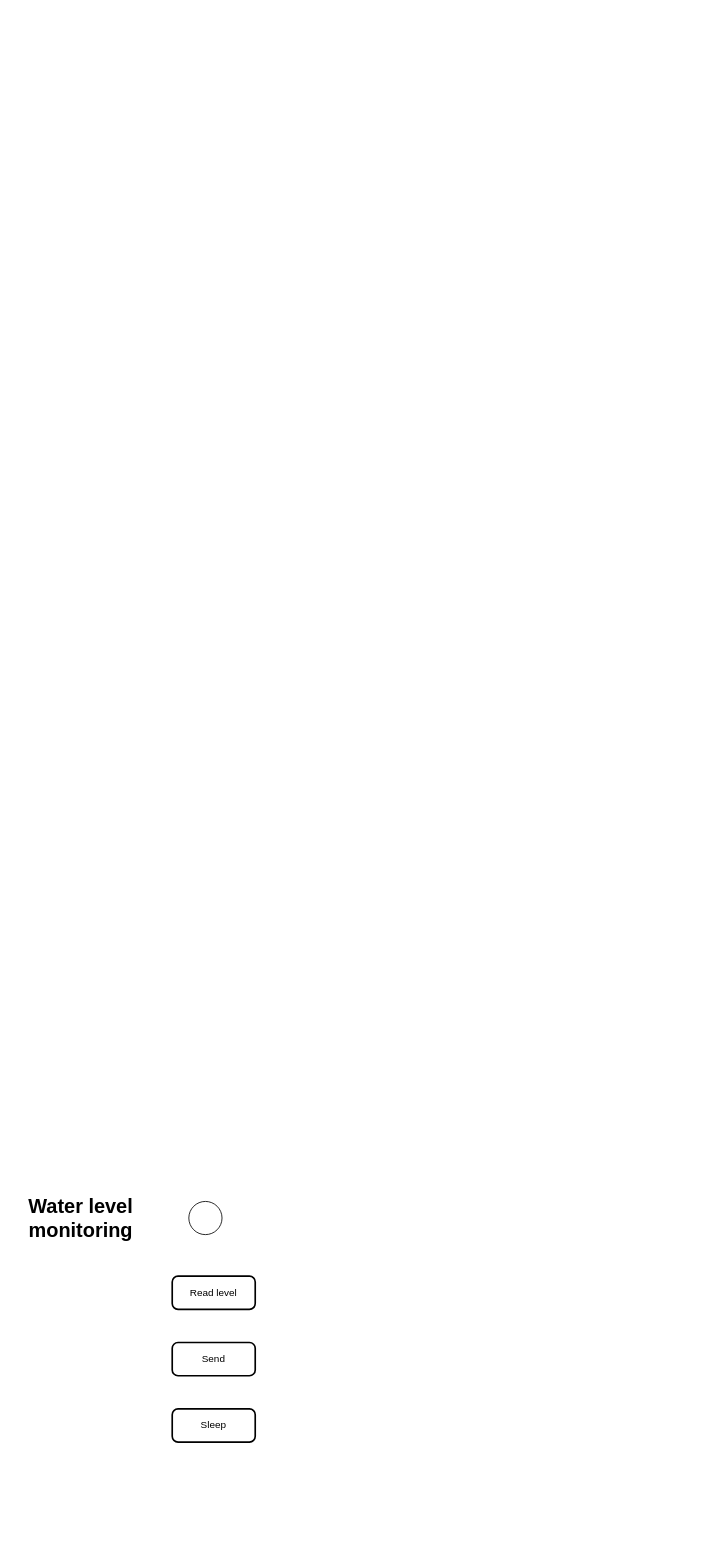
Above: notes/WaterPumpMaintenance.drawio in aniruddhand/ciot-capstone (draw.io), before the change. Source tidied: cells renumbered, new cells numbered last; positions are measured from the earlier drawing's top-left corner, leaving out a move shared by most shapes. Both pictures are drawn from the tidied source at 83%, with x=0, y=0 at pixel (14, 1201).
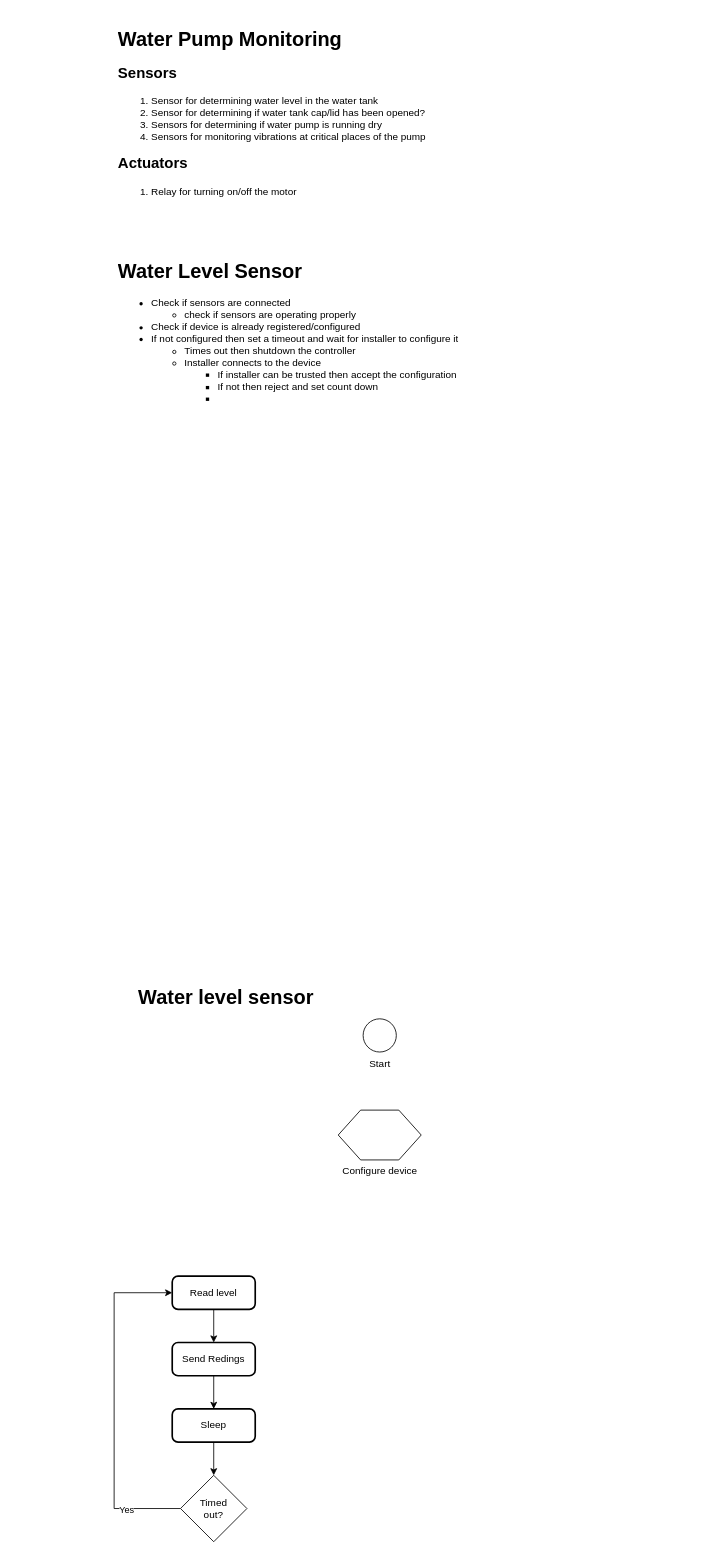
Above is the later version.

Change to the diagram source:
```diff
@@
 <mxGraphModel>
   <root>
     <mxCell id="0" />
     <mxCell id="1" parent="0" />
-    <mxCell id="2" style="verticalLabelPosition=bottom;verticalAlign=top;html=1;shape=mxgraph.flowchart.on-page_reference;" parent="1" vertex="1">
-      <mxGeometry x="210" width="40" height="40" as="geometry" />
-    </mxCell>
-    <mxCell id="3" value="&lt;h1&gt;Water level monitoring&lt;/h1&gt;" style="text;html=1;strokeColor=none;fillColor=none;align=center;verticalAlign=middle;whiteSpace=wrap;rounded=0;" parent="1" vertex="1">
-      <mxGeometry y="5" width="160" height="30" as="geometry" />
-    </mxCell>
+    <mxCell id="7" value="&lt;h1&gt;Water Pump Monitoring&lt;/h1&gt;&lt;div&gt;&lt;h2&gt;Sensors&lt;br&gt;&lt;/h2&gt;&lt;div&gt;&lt;ol&gt;&lt;li&gt;Sensor for determining water level in the water tank&lt;/li&gt;&lt;li&gt;Sensor for determining if water tank cap/lid has been opened?&lt;/li&gt;&lt;li&gt;Sensors for determining if water pump is running dry&lt;/li&gt;&lt;li&gt;Sensors for monitoring vibrations at critical places of the pump&lt;/li&gt;&lt;/ol&gt;&lt;div&gt;&lt;h2&gt;Actuators&lt;br&gt;&lt;/h2&gt;&lt;div&gt;&lt;ol&gt;&lt;li&gt;Relay for turning on/off the motor&lt;/li&gt;&lt;/ol&gt;&lt;/div&gt;&lt;/div&gt;&lt;/div&gt;&lt;/div&gt;" style="text;html=1;spacing=5;spacingTop=-20;whiteSpace=wrap;overflow=hidden;rounded=0;" parent="1" vertex="1">
+      <mxGeometry x="120" y="-1420" width="530" height="230" as="geometry" />
+    </mxCell>
+    <mxCell id="8" value="Start" style="verticalLabelPosition=bottom;verticalAlign=top;html=1;shape=mxgraph.flowchart.on-page_reference;" parent="1" vertex="1">
+      <mxGeometry x="420" y="-220" width="40" height="40" as="geometry" />
+    </mxCell>
+    <mxCell id="9" value="&lt;h1&gt;Water level sensor&lt;/h1&gt;" style="text;html=1;strokeColor=none;fillColor=none;align=center;verticalAlign=middle;whiteSpace=wrap;rounded=0;" parent="1" vertex="1">
+      <mxGeometry x="120" y="-260" width="270" height="30" as="geometry" />
+    </mxCell>
+    <mxCell id="10" style="edgeStyle=orthogonalEdgeStyle;rounded=0;jettySize=auto;html=1;exitX=0.5;exitY=1;exitDx=0;exitDy=0;entryX=0.5;entryY=0;entryDx=0;entryDy=0;" parent="1" edge="1" source="4" target="12">
+      <mxGeometry relative="1" as="geometry" />
+    </mxCell>
     <mxCell id="4" value="Read level" style="rounded=1;whiteSpace=wrap;html=1;absoluteArcSize=1;arcSize=14;strokeWidth=2;" parent="1" vertex="1">
       <mxGeometry x="190" y="90" width="100" height="40" as="geometry" />
     </mxCell>
-    <mxCell id="5" value="Send" style="rounded=1;whiteSpace=wrap;html=1;absoluteArcSize=1;arcSize=14;strokeWidth=2;" parent="1" vertex="1">
-      <mxGeometry x="190" y="170" width="100" height="40" as="geometry" />
-    </mxCell>
+    <mxCell id="11" style="edgeStyle=orthogonalEdgeStyle;rounded=0;jettySize=auto;html=1;" parent="1" edge="1" source="12" target="6">
+      <mxGeometry relative="1" as="geometry" />
+    </mxCell>
+    <mxCell id="12" value="Send Redings" style="rounded=1;whiteSpace=wrap;html=1;absoluteArcSize=1;arcSize=14;strokeWidth=2;" parent="1" vertex="1">
+      <mxGeometry x="190" y="170" width="100" height="40" as="geometry" />
+    </mxCell>
+    <mxCell id="13" style="edgeStyle=orthogonalEdgeStyle;rounded=0;jettySize=auto;html=1;" parent="1" edge="1" source="6" target="16">
+      <mxGeometry relative="1" as="geometry" />
+    </mxCell>
+    <mxCell id="14" style="edgeStyle=orthogonalEdgeStyle;rounded=0;jettySize=auto;html=1;exitX=0;exitY=0.5;exitDx=0;exitDy=0;entryX=0;entryY=0.5;entryDx=0;entryDy=0;" parent="1" edge="1" source="16" target="4">
+      <mxGeometry relative="1" as="geometry">
+        <Array as="points">
+          <mxPoint x="120" y="370" />
+          <mxPoint x="120" y="110" />
+        </Array>
+      </mxGeometry>
+    </mxCell>
+    <mxCell id="15" value="Yes" style="edgeLabel;html=1;align=center;verticalAlign=middle;" parent="14" vertex="1">
+      <mxGeometry x="-0.68" y="1" relative="1" as="geometry" />
+    </mxCell>
     <mxCell id="6" value="Sleep" style="rounded=1;whiteSpace=wrap;html=1;absoluteArcSize=1;arcSize=14;strokeWidth=2;" parent="1" vertex="1">
       <mxGeometry x="190" y="250" width="100" height="40" as="geometry" />
     </mxCell>
+    <mxCell id="16" value="&lt;div&gt;Timed&lt;/div&gt;&lt;div&gt;out?&lt;/div&gt;" style="rhombus;whiteSpace=wrap;html=1;" parent="1" vertex="1">
+      <mxGeometry x="200" y="330" width="80" height="80" as="geometry" />
+    </mxCell>
+    <mxCell id="17" value="Configure device" style="verticalLabelPosition=bottom;verticalAlign=top;html=1;shape=hexagon;perimeter=hexagonPerimeter2;arcSize=6;size=0.27;" parent="1" vertex="1">
+      <mxGeometry x="390" y="-110" width="100" height="60" as="geometry" />
+    </mxCell>
+    <mxCell id="18" value="&lt;h1&gt;Water Level Sensor&lt;/h1&gt;&lt;ul&gt;&lt;li&gt;Check if sensors are connected&lt;span style=&quot;white-space: pre&quot;&gt;&lt;/span&gt;&lt;/li&gt;&lt;ul&gt;&lt;li&gt;&lt;span style=&quot;white-space: pre&quot;&gt;check if sensors are operating properly&lt;/span&gt;&lt;/li&gt;&lt;/ul&gt;&lt;li&gt;&lt;span style=&quot;white-space: pre&quot;&gt;Check if device is already registered/configured&lt;/span&gt;&lt;/li&gt;&lt;li&gt;&lt;span style=&quot;white-space: pre&quot;&gt;If not configured then set a timeout and wait for installer to configure it&lt;/span&gt;&lt;/li&gt;&lt;ul&gt;&lt;li&gt;&lt;span style=&quot;white-space: pre&quot;&gt;Times out then shutdown the controller&lt;/span&gt;&lt;/li&gt;&lt;li&gt;&lt;span style=&quot;white-space: pre&quot;&gt;Installer connects to the device&lt;/span&gt;&lt;/li&gt;&lt;ul&gt;&lt;li&gt;&lt;span style=&quot;white-space: pre&quot;&gt;If installer can be trusted then accept the configuration&lt;/span&gt;&lt;/li&gt;&lt;li&gt;&lt;span style=&quot;white-space: pre&quot;&gt;If not then reject and set count down&lt;/span&gt;&lt;/li&gt;&lt;li&gt;&lt;span style=&quot;white-space: pre&quot;&gt;&lt;br&gt;&lt;/span&gt;&lt;/li&gt;&lt;/ul&gt;&lt;/ul&gt;&lt;/ul&gt;" style="text;html=1;strokeColor=none;fillColor=none;spacing=5;spacingTop=-20;whiteSpace=wrap;overflow=hidden;rounded=0;" parent="1" vertex="1">
+      <mxGeometry x="120" y="-1140" width="720" height="320" as="geometry" />
+    </mxCell>
   </root>
 </mxGraphModel>
```
